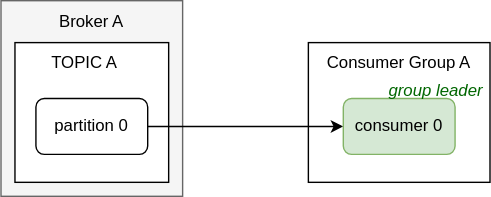
This is resource/8E/2BC882-483A-4878-8B45-23C239057272/partition1-consumer1.svg from johngrib/johngrib.github.io, a draw.io export, as it was before one commit. Source tidied: cells renumbered, new cells last; positions are measured from the earlier drawing's top-left corner, leaving out a move shared by most shapes.
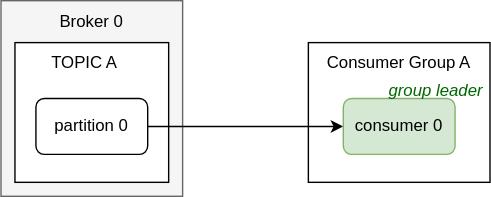
After the commit.

Diff of the diagram source:
```diff
@@ -29,7 +29,7 @@
     <mxCell id="10" value="group leader" style="text;html=1;align=center;verticalAlign=middle;whiteSpace=wrap;rounded=0;fontColor=#006600;fontStyle=2;" parent="1" vertex="1">
       <mxGeometry x="273" y="50" width="77" height="30" as="geometry" />
     </mxCell>
-    <mxCell id="11" value="Broker A" style="text;html=1;align=center;verticalAlign=middle;whiteSpace=wrap;rounded=0;" parent="1" vertex="1">
+    <mxCell id="11" value="Broker 0" style="text;html=1;align=center;verticalAlign=middle;whiteSpace=wrap;rounded=0;" parent="1" vertex="1">
       <mxGeometry x="35" width="60" height="30" as="geometry" />
     </mxCell>
   </root>
```
